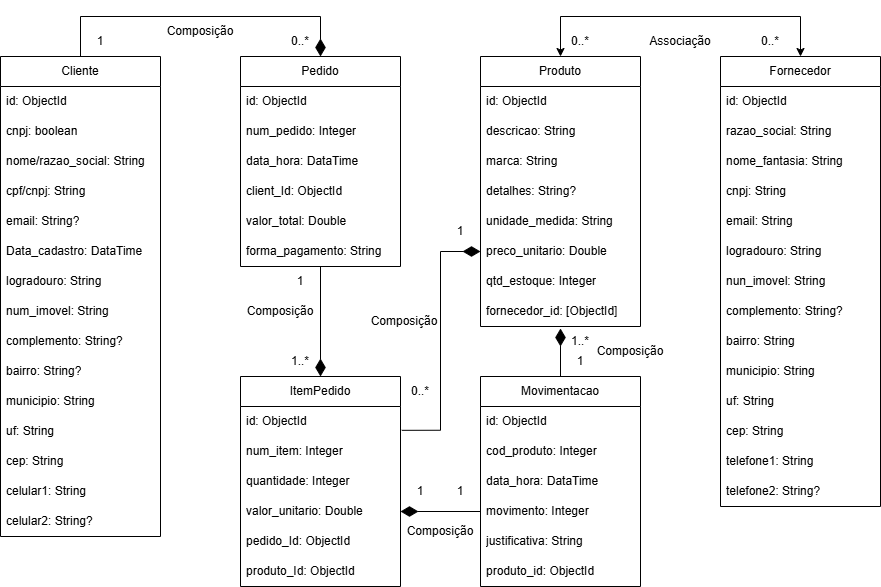
The draw.io diagram docs/DIAGRAMA CONTROLE DE ESTOQUE MICROEMPRESA.drawio.png in FatecFranca/DSM-P3-G09-2026-1, before a commit. Source tidied: cells renumbered, new cells last; positions are measured from the earlier drawing's top-left corner, leaving out a move shared by most shapes.
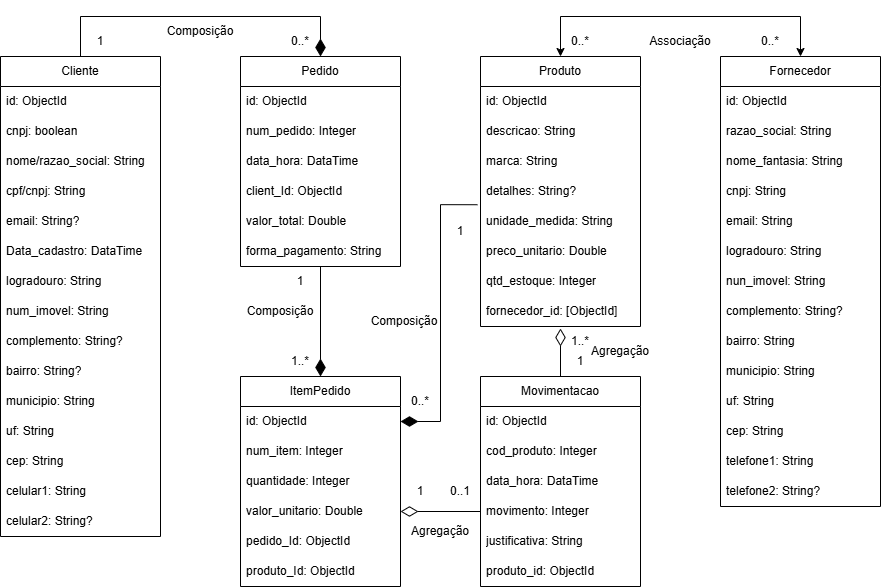
Above is the later version.

Change to the diagram source:
```diff
@@ -187,13 +187,13 @@
     <mxCell id="61" value="1..*" style="text;html=1;whiteSpace=wrap;strokeColor=none;fillColor=none;align=center;verticalAlign=middle;rounded=0;" parent="1" vertex="1">
       <mxGeometry x="270" y="330" width="60" height="30" as="geometry" />
     </mxCell>
-    <mxCell id="62" style="endArrow=diamondThin;html=1;rounded=0;entryX=1;entryY=0.5;entryDx=0;entryDy=0;endFill=1;endSize=15;edgeStyle=orthogonalEdgeStyle;exitX=0;exitY=0.5;exitDx=0;exitDy=0;" parent="1" edge="1" source="72" target="29">
+    <mxCell id="62" style="endArrow=diamondThin;html=1;rounded=0;entryX=1;entryY=0.5;entryDx=0;entryDy=0;endFill=0;endSize=15;edgeStyle=orthogonalEdgeStyle;exitX=0;exitY=0.5;exitDx=0;exitDy=0;" parent="1" edge="1" source="72" target="29">
       <mxGeometry relative="1" as="geometry" />
     </mxCell>
     <mxCell id="63" value="1" style="text;html=1;whiteSpace=wrap;strokeColor=none;fillColor=none;align=center;verticalAlign=middle;rounded=0;" parent="1" vertex="1">
       <mxGeometry x="390" y="460" width="60" height="30" as="geometry" />
     </mxCell>
-    <mxCell id="64" value="1" style="text;html=1;whiteSpace=wrap;strokeColor=none;fillColor=none;align=center;verticalAlign=middle;rounded=0;" parent="1" vertex="1">
+    <mxCell id="64" value="0..1" style="text;html=1;whiteSpace=wrap;strokeColor=none;fillColor=none;align=center;verticalAlign=middle;rounded=0;" parent="1" vertex="1">
       <mxGeometry x="430" y="460" width="60" height="30" as="geometry" />
     </mxCell>
     <mxCell id="65" style="endArrow=classic;startArrow=classic;html=1;rounded=0;edgeStyle=orthogonalEdgeStyle;entryX=0.5;entryY=0;entryDx=0;entryDy=0;exitX=0.5;exitY=0;exitDx=0;exitDy=0;" parent="1" edge="1" source="32" target="41">
@@ -231,16 +231,16 @@
     <mxCell id="74" value="produto_id: ObjectId" style="text;strokeColor=none;fillColor=none;align=left;verticalAlign=middle;spacingLeft=4;spacingRight=4;overflow=hidden;whiteSpace=wrap;html=1;" parent="68" vertex="1">
       <mxGeometry y="180" width="160" height="30" as="geometry" />
     </mxCell>
-    <mxCell id="75" style="endArrow=diamondThin;html=1;rounded=0;endFill=1;endSize=15;edgeStyle=orthogonalEdgeStyle;exitX=1.008;exitY=0.794;exitDx=0;exitDy=0;exitPerimeter=0;entryX=0;entryY=0.5;entryDx=0;entryDy=0;" parent="1" edge="1" source="26" target="38">
+    <mxCell id="75" style="endArrow=diamondThin;html=1;rounded=0;endFill=1;endSize=15;edgeStyle=orthogonalEdgeStyle;exitX=-0.019;exitY=-0.059;exitDx=0;exitDy=0;entryX=1;entryY=0.5;entryDx=0;entryDy=0;exitPerimeter=0;" parent="1" edge="1" source="37" target="26">
       <mxGeometry relative="1" as="geometry" />
     </mxCell>
     <mxCell id="76" value="0..*" style="text;html=1;whiteSpace=wrap;strokeColor=none;fillColor=none;align=center;verticalAlign=middle;rounded=0;" parent="1" vertex="1">
-      <mxGeometry x="390" y="360" width="60" height="30" as="geometry" />
+      <mxGeometry x="390" y="370" width="60" height="30" as="geometry" />
     </mxCell>
     <mxCell id="77" value="1" style="text;html=1;whiteSpace=wrap;strokeColor=none;fillColor=none;align=center;verticalAlign=middle;rounded=0;" parent="1" vertex="1">
       <mxGeometry x="430" y="200" width="60" height="30" as="geometry" />
     </mxCell>
-    <mxCell id="78" style="endArrow=diamondThin;html=1;rounded=0;endFill=1;endSize=15;exitX=0.5;exitY=0;exitDx=0;exitDy=0;" parent="1" edge="1" source="68">
+    <mxCell id="78" style="endArrow=diamondThin;html=1;rounded=0;endFill=0;endSize=15;exitX=0.5;exitY=0;exitDx=0;exitDy=0;" parent="1" edge="1" source="68">
       <mxGeometry relative="1" as="geometry">
         <mxPoint x="560" y="312" as="targetPoint" />
       </mxGeometry>
@@ -260,14 +260,14 @@
     <mxCell id="83" value="Composição" style="text;html=1;whiteSpace=wrap;strokeColor=none;fillColor=none;align=center;verticalAlign=middle;rounded=0;" parent="1" vertex="1">
       <mxGeometry x="374" y="290" width="60" height="30" as="geometry" />
     </mxCell>
-    <mxCell id="84" value="Composição" style="text;html=1;whiteSpace=wrap;strokeColor=none;fillColor=none;align=center;verticalAlign=middle;rounded=0;" parent="1" vertex="1">
+    <mxCell id="84" value="Agregação" style="text;html=1;whiteSpace=wrap;strokeColor=none;fillColor=none;align=center;verticalAlign=middle;rounded=0;" parent="1" vertex="1">
       <mxGeometry x="410" y="500" width="60" height="30" as="geometry" />
     </mxCell>
     <mxCell id="85" value="Associação" style="text;html=1;whiteSpace=wrap;strokeColor=none;fillColor=none;align=center;verticalAlign=middle;rounded=0;" parent="1" vertex="1">
       <mxGeometry x="650" y="10" width="60" height="30" as="geometry" />
     </mxCell>
-    <mxCell id="86" value="Composição" style="text;html=1;whiteSpace=wrap;strokeColor=none;fillColor=none;align=center;verticalAlign=middle;rounded=0;" parent="1" vertex="1">
-      <mxGeometry x="600" y="320" width="60" height="30" as="geometry" />
+    <mxCell id="86" value="Agregação" style="text;html=1;whiteSpace=wrap;strokeColor=none;fillColor=none;align=center;verticalAlign=middle;rounded=0;" parent="1" vertex="1">
+      <mxGeometry x="590" y="320" width="60" height="30" as="geometry" />
     </mxCell>
   </root>
 </mxGraphModel>
```
